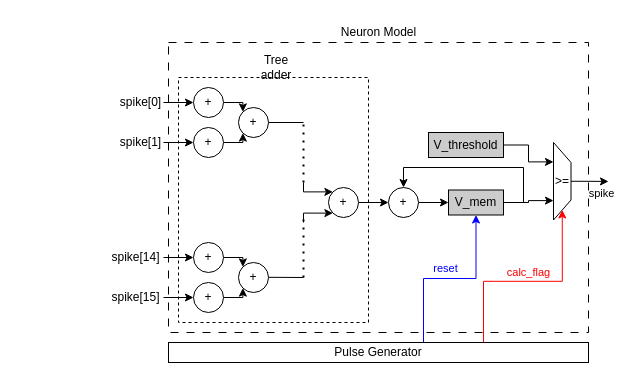
AurelieSa/draw_io keeps this draw.io diagram as single_neuron_network.drawio. Above is the earlier version. Source tidied: cells renumbered, new cells numbered last; positions are measured from the earlier drawing's top-left corner, leaving out a move shared by most shapes. Both pictures are drawn from the tidied source at 100%, with x=0, y=0 at pixel (113, 17).
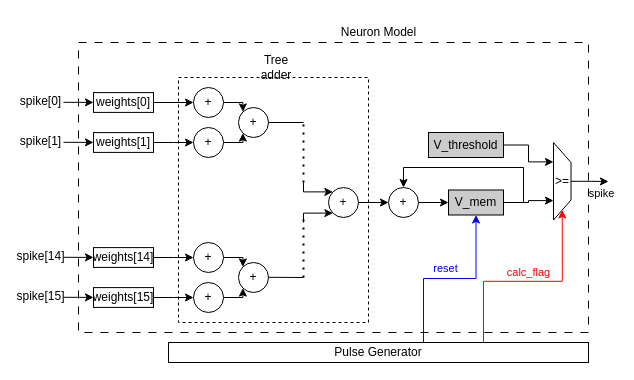
The same page after the edit.

Unchanged cells that the change refers to:
```xml
<mxCell id="4" value="+" style="ellipse;whiteSpace=wrap;html=1;" parent="1" vertex="1">
  <mxGeometry x="80" y="70" width="30" height="30" as="geometry" />
</mxCell>
```

Diff of the diagram source:
```diff
@@
+    <mxCell id="26" style="rounded=0;whiteSpace=wrap;html=1;fillColor=none;dashed=1;" parent="1" vertex="1">
+      <mxGeometry x="65" y="60" width="190" height="245" as="geometry" />
+    </mxCell>
     <mxCell id="2" style="rounded=0;whiteSpace=wrap;html=1;fillColor=none;dashed=1;dashPattern=8 8;" parent="1" vertex="1">
-      <mxGeometry x="55" y="25" width="420" height="290" as="geometry" />
+      <mxGeometry x="-35" y="25" width="510" height="290" as="geometry" />
     </mxCell>
@@
-    <mxCell id="26" style="rounded=0;whiteSpace=wrap;html=1;fillColor=none;dashed=1;" parent="1" vertex="1">
-      <mxGeometry x="65" y="60" width="190" height="245" as="geometry" />
-    </mxCell>
@@
-    <mxCell id="28" style="endArrow=classic;html=1;rounded=0;" parent="1" edge="1">
+    <mxCell id="28" style="endArrow=classic;html=1;rounded=0;" parent="1" edge="1" target="49">
       <mxGeometry relative="1" as="geometry">
-        <mxPoint x="50" y="85" as="sourcePoint" />
-        <mxPoint x="80" y="85" as="targetPoint" />
+        <mxPoint x="-50" y="84.8" as="sourcePoint" />
       </mxGeometry>
     </mxCell>
     <mxCell id="29" value="spike[0]" style="text;html=1;align=center;verticalAlign=middle;whiteSpace=wrap;rounded=0;" parent="1" vertex="1">
-      <mxGeometry x="5" y="78.8" width="45" height="12.5" as="geometry" />
+      <mxGeometry x="-95" y="77.5" width="45" height="12.5" as="geometry" />
     </mxCell>
-    <mxCell id="30" style="endArrow=classic;html=1;rounded=0;" parent="1" edge="1">
-      <mxGeometry relative="1" as="geometry">
-        <mxPoint x="50" y="125" as="sourcePoint" />
-        <mxPoint x="80" y="125" as="targetPoint" />
-      </mxGeometry>
-    </mxCell>
-    <mxCell id="31" style="endArrow=classic;html=1;rounded=0;" parent="1" edge="1">
-      <mxGeometry relative="1" as="geometry">
-        <mxPoint x="50" y="240" as="sourcePoint" />
-        <mxPoint x="80" y="240" as="targetPoint" />
-      </mxGeometry>
-    </mxCell>
-    <mxCell id="32" style="endArrow=classic;html=1;rounded=0;" parent="1" edge="1">
-      <mxGeometry relative="1" as="geometry">
-        <mxPoint x="50" y="280" as="sourcePoint" />
-        <mxPoint x="80" y="280" as="targetPoint" />
-      </mxGeometry>
-    </mxCell>
@@
-    <mxCell id="39" value="spike[1]" style="text;html=1;align=center;verticalAlign=middle;whiteSpace=wrap;rounded=0;" parent="1" vertex="1">
-      <mxGeometry x="5" y="118.8" width="45" height="12.5" as="geometry" />
-    </mxCell>
-    <mxCell id="40" value="spike[14]" style="text;html=1;align=center;verticalAlign=middle;whiteSpace=wrap;rounded=0;" parent="1" vertex="1">
-      <mxGeometry y="233.8" width="45" height="12.5" as="geometry" />
-    </mxCell>
-    <mxCell id="41" value="spike[15]" style="text;html=1;align=center;verticalAlign=middle;whiteSpace=wrap;rounded=0;" parent="1" vertex="1">
-      <mxGeometry y="273.8" width="45" height="12.5" as="geometry" />
-    </mxCell>
@@
+    <mxCell id="48" style="edgeStyle=orthogonalEdgeStyle;rounded=0;jettySize=auto;html=1;exitX=1;exitY=0.5;exitDx=0;exitDy=0;" parent="1" edge="1" source="49" target="4">
+      <mxGeometry relative="1" as="geometry" />
+    </mxCell>
+    <mxCell id="49" value="weights[0]" style="rounded=0;whiteSpace=wrap;html=1;" parent="1" vertex="1">
+      <mxGeometry x="-20" y="75.1" width="60" height="19.8" as="geometry" />
+    </mxCell>
+    <mxCell id="50" style="endArrow=classic;html=1;rounded=0;" parent="1" edge="1" target="52">
+      <mxGeometry relative="1" as="geometry">
+        <mxPoint x="-50" y="124.8" as="sourcePoint" />
+      </mxGeometry>
+    </mxCell>
+    <mxCell id="39" value="spike[1]" style="text;html=1;align=center;verticalAlign=middle;whiteSpace=wrap;rounded=0;" parent="1" vertex="1">
+      <mxGeometry x="-95" y="117.5" width="45" height="12.5" as="geometry" />
+    </mxCell>
+    <mxCell id="51" style="edgeStyle=orthogonalEdgeStyle;rounded=0;jettySize=auto;html=1;exitX=1;exitY=0.5;exitDx=0;exitDy=0;" parent="1" edge="1" source="52">
+      <mxGeometry relative="1" as="geometry">
+        <mxPoint x="80" y="125" as="targetPoint" />
+      </mxGeometry>
+    </mxCell>
+    <mxCell id="52" value="weights[1]" style="rounded=0;whiteSpace=wrap;html=1;" parent="1" vertex="1">
+      <mxGeometry x="-20" y="115.1" width="60" height="19.8" as="geometry" />
+    </mxCell>
+    <mxCell id="53" style="endArrow=classic;html=1;rounded=0;" parent="1" edge="1" target="55">
+      <mxGeometry relative="1" as="geometry">
+        <mxPoint x="-50" y="239.8" as="sourcePoint" />
+      </mxGeometry>
+    </mxCell>
+    <mxCell id="40" value="spike[14]" style="text;html=1;align=center;verticalAlign=middle;whiteSpace=wrap;rounded=0;" parent="1" vertex="1">
+      <mxGeometry x="-95" y="232.5" width="45" height="12.5" as="geometry" />
+    </mxCell>
+    <mxCell id="54" style="edgeStyle=orthogonalEdgeStyle;rounded=0;jettySize=auto;html=1;exitX=1;exitY=0.5;exitDx=0;exitDy=0;" parent="1" edge="1" source="55">
+      <mxGeometry relative="1" as="geometry">
+        <mxPoint x="80" y="240" as="targetPoint" />
+      </mxGeometry>
+    </mxCell>
+    <mxCell id="55" value="weights[14]" style="rounded=0;whiteSpace=wrap;html=1;" parent="1" vertex="1">
+      <mxGeometry x="-20" y="230.1" width="60" height="19.8" as="geometry" />
+    </mxCell>
+    <mxCell id="56" style="endArrow=classic;html=1;rounded=0;" parent="1" edge="1" target="58">
+      <mxGeometry relative="1" as="geometry">
+        <mxPoint x="-50" y="279.8" as="sourcePoint" />
+      </mxGeometry>
+    </mxCell>
+    <mxCell id="41" value="spike[15]" style="text;html=1;align=center;verticalAlign=middle;whiteSpace=wrap;rounded=0;" parent="1" vertex="1">
+      <mxGeometry x="-95" y="272.5" width="45" height="12.5" as="geometry" />
+    </mxCell>
+    <mxCell id="57" style="edgeStyle=orthogonalEdgeStyle;rounded=0;jettySize=auto;html=1;exitX=1;exitY=0.5;exitDx=0;exitDy=0;" parent="1" edge="1" source="58">
+      <mxGeometry relative="1" as="geometry">
+        <mxPoint x="80" y="280" as="targetPoint" />
+      </mxGeometry>
+    </mxCell>
+    <mxCell id="58" value="weights[15]" style="rounded=0;whiteSpace=wrap;html=1;" parent="1" vertex="1">
+      <mxGeometry x="-20" y="270.1" width="60" height="19.8" as="geometry" />
+    </mxCell>
```
